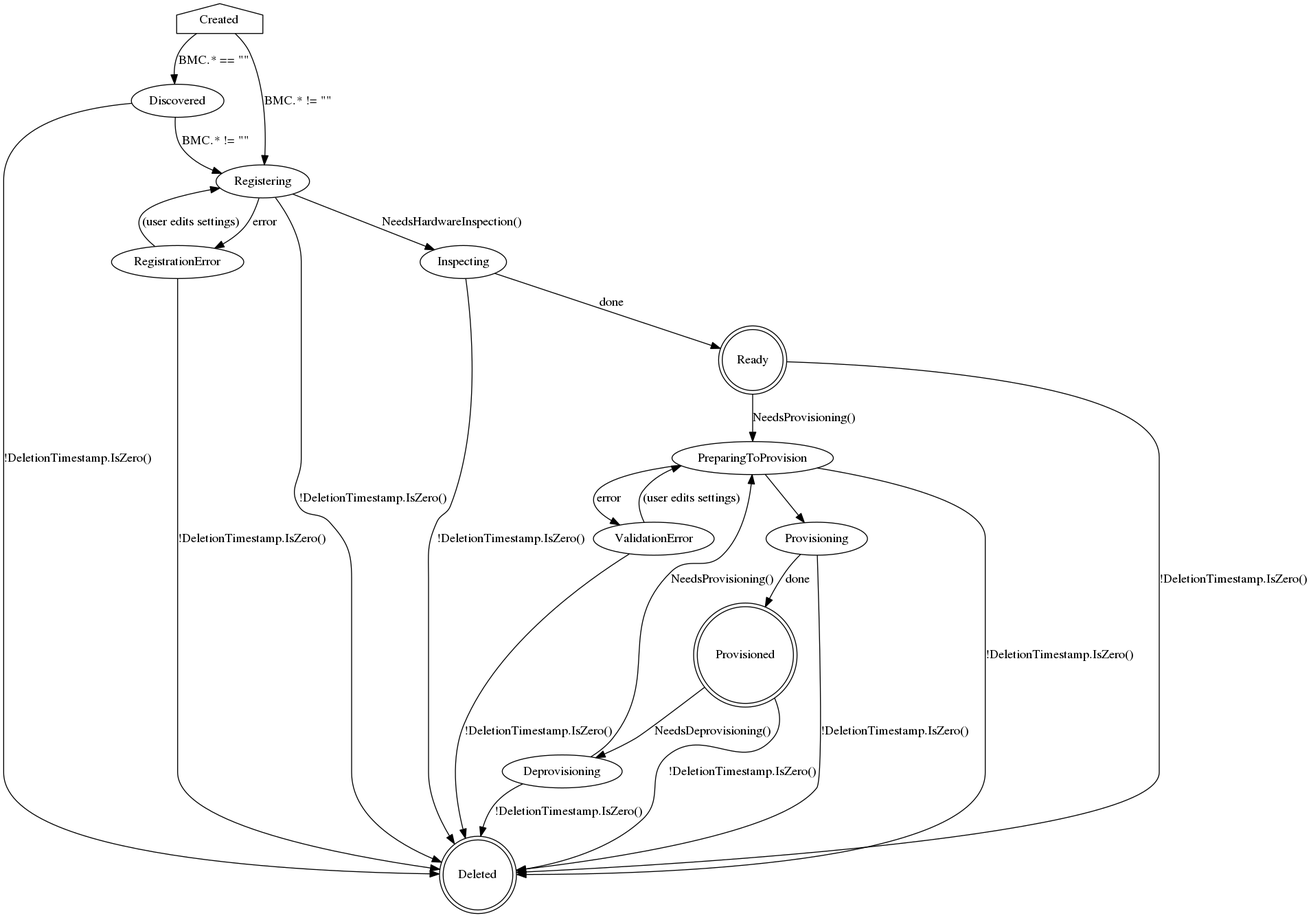
Before: docs/BaremetalHost_ProvisioningState.png, a diagram exported from Graphviz (metal3-io/baremetal-operator). Its source is kept beside it as docs/BaremetalHost_ProvisioningState.dot.
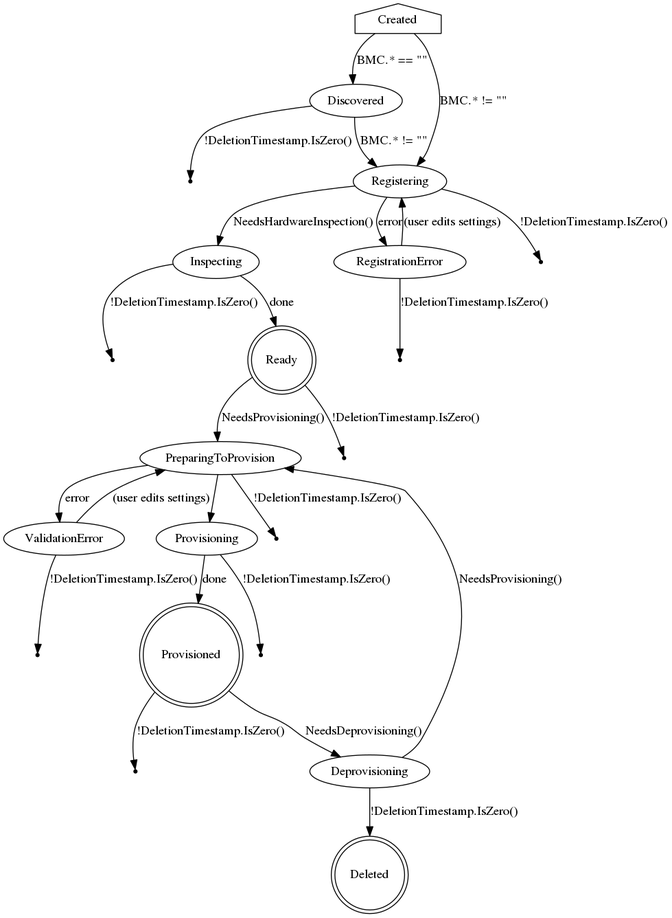
Above is the later version.

Commit message:
reduce clutter by adding multiple deleted nodes

Having all of the delete arrows connect to the same node in the graph
hides the generally linear flow between the regular states. Use
several separate "point" style nodes to indicate a continuation to the
bottom deleted node.

What changed in the source:
```diff
@@ -4,38 +4,56 @@
     Created -> Registering [label="BMC.* != \"\""]
 
     Discovered -> Registering [label="BMC.* != \"\""]
-    Discovered -> Deleted [label="!DeletionTimestamp.IsZero()"]
+    Discovered -> Deleted1 [label="!DeletionTimestamp.IsZero()"]
+
+    Deleted1 [shape=point]
 
     Registering -> Inspecting [label="NeedsHardwareInspection()"]
     Registering -> RegistrationError [label=error]
-    Registering -> Deleted [label="!DeletionTimestamp.IsZero()"]
+    Registering -> Deleted2 [label="!DeletionTimestamp.IsZero()"]
+
+    Deleted2 [shape=point]
 
     Inspecting -> Ready [label="done"]
-    Inspecting -> Deleted [label="!DeletionTimestamp.IsZero()"]
+    Inspecting -> Deleted3 [label="!DeletionTimestamp.IsZero()"]
+
+    Deleted3 [shape=point]
 
     RegistrationError -> Registering [label="(user edits settings)"]
-    RegistrationError -> Deleted [label="!DeletionTimestamp.IsZero()"]
+    RegistrationError -> Deleted4 [label="!DeletionTimestamp.IsZero()"]
+
+    Deleted4 [shape=point]
 
     Ready [shape=doublecircle]
     Ready -> PreparingToProvision [label="NeedsProvisioning()"]
-    Ready -> Deleted [label="!DeletionTimestamp.IsZero()"]
+    Ready -> Deleted5 [label="!DeletionTimestamp.IsZero()"]
+
+    Deleted5 [shape=point]
 
     PreparingToProvision -> ValidationError [label=error]
     PreparingToProvision -> Provisioning
-    PreparingToProvision -> Deleted [label="!DeletionTimestamp.IsZero()"]
+    PreparingToProvision -> Deleted6 [label="!DeletionTimestamp.IsZero()"]
+
+    Deleted6 [shape=point]
 
     ValidationError -> PreparingToProvision [label="(user edits settings)"]
-    ValidationError -> Deleted [label="!DeletionTimestamp.IsZero()"]
+    ValidationError -> Deleted7 [label="!DeletionTimestamp.IsZero()"]
+
+    Deleted7 [shape=point]
 
     Provisioning -> Provisioned [label=done]
-    Provisioning -> Deleted [label="!DeletionTimestamp.IsZero()"]
+    Provisioning -> Deleted8 [label="!DeletionTimestamp.IsZero()"]
+
+    Deleted8 [shape=point]
 
     Provisioned [shape=doublecircle]
     Provisioned -> Deprovisioning [label="NeedsDeprovisioning()"]
-    Provisioned -> Deleted [label="!DeletionTimestamp.IsZero()"]
+    Provisioned -> Deleted9 [label="!DeletionTimestamp.IsZero()"]
 
-    Deleted [shape=doublecircle]
+    Deleted9 [shape=point]
 
     Deprovisioning -> PreparingToProvision [label="NeedsProvisioning()"]
     Deprovisioning -> Deleted [label="!DeletionTimestamp.IsZero()"]
+
+    Deleted [shape=doublecircle]
 }
```
